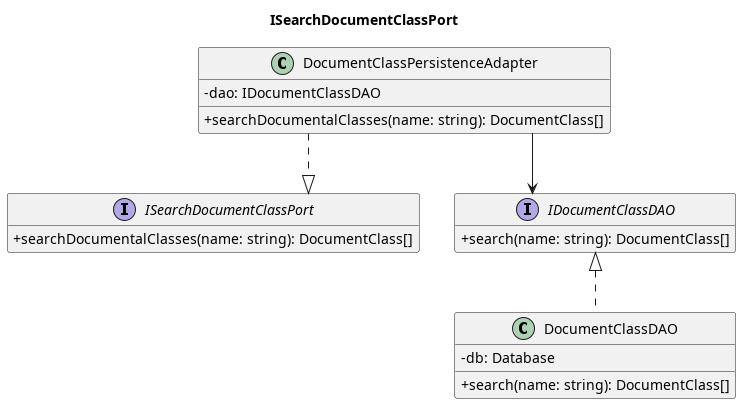
Before: out/3_PB/DocumentiEsterni/DiagrammiSpecificaTecnica/C4/C4_backend_Search/C4_backend_Search-6.png, a diagram exported from PlantUML (7-ZPUs/Docs).
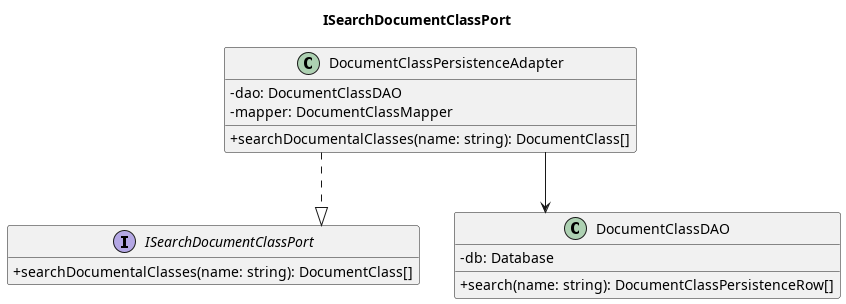
After the commit.

What changed in the source:
```diff
@@ -9,19 +9,17 @@
     + searchDocumentalClasses(name: string): DocumentClass[]
 }
 class DocumentClassPersistenceAdapter {
-    - dao: IDocumentClassDAO
+    - dao: DocumentClassDAO
+    - mapper: DocumentClassMapper
     + searchDocumentalClasses(name: string): DocumentClass[]
 }
-interface IDocumentClassDAO {
-    + search(name: string): DocumentClass[]
-}
 
-class DocumentClassDAO implements IDocumentClassDAO {
+class DocumentClassDAO {
     - db: Database
-    + search(name: string): DocumentClass[]
+    + search(name: string): DocumentClassPersistenceRow[]
 }
 
 DocumentClassPersistenceAdapter ..|> ISearchDocumentClassPort
-DocumentClassPersistenceAdapter --> IDocumentClassDAO
+DocumentClassPersistenceAdapter --> DocumentClassDAO
 
 @enduml
```
